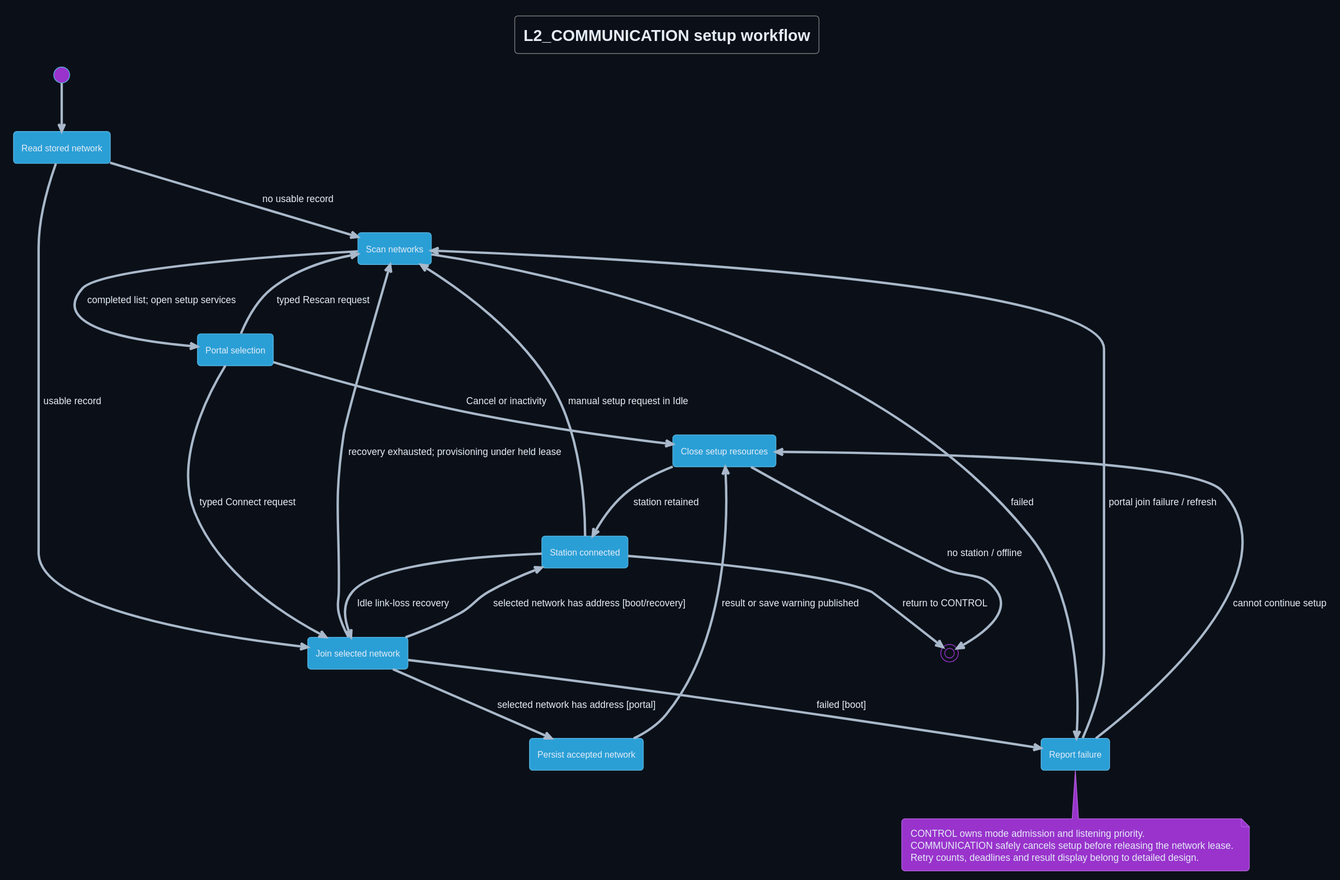
The PlantUML diagram Development/system/architecture/COMMUNICATION/rendered/setup_state.svg in DemonicPsychoII/DigitalStethoscope, before a commit.
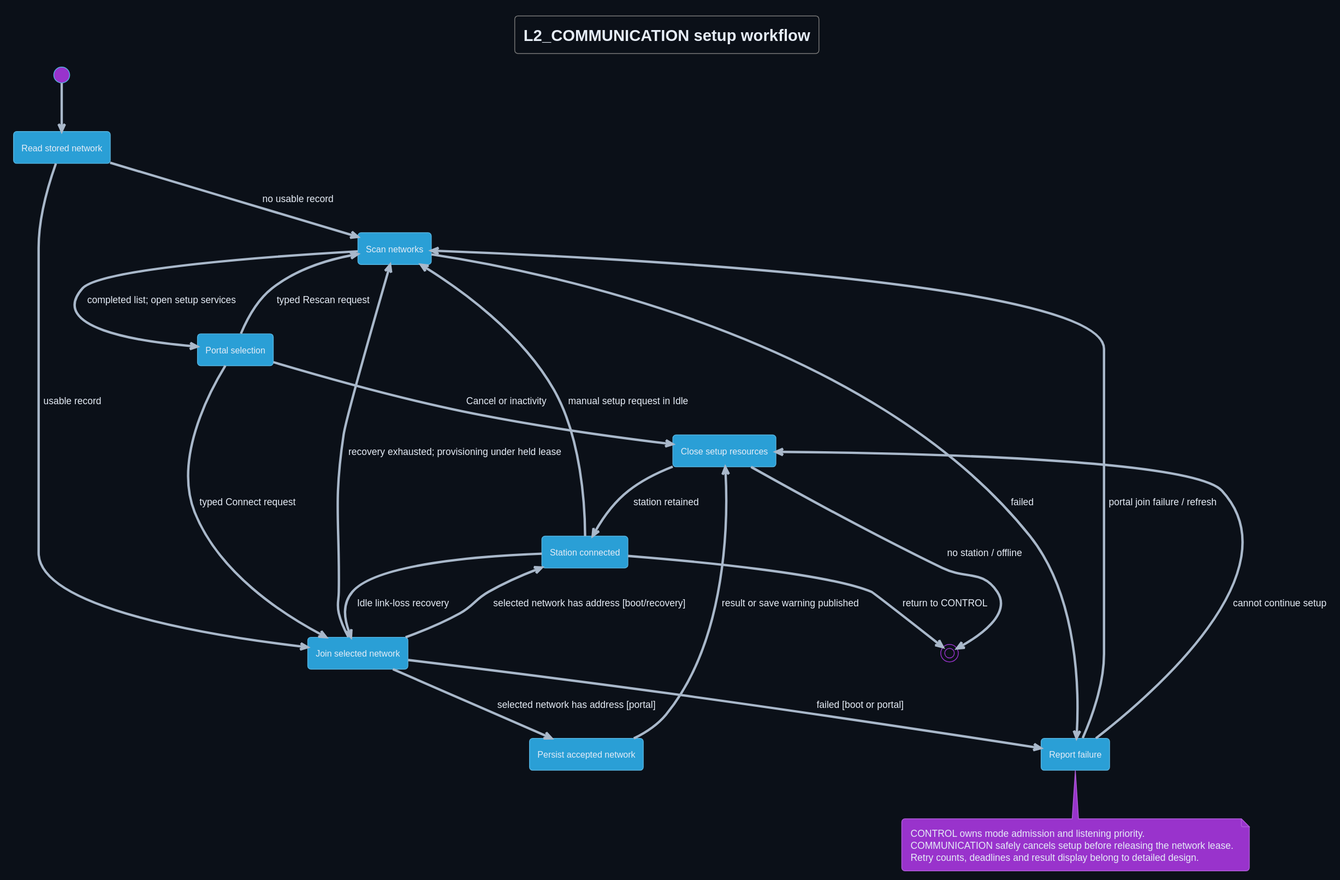
Later version of the same file.

Commit message:
documentation: regenerate the corrected architecture views

Committed by GPT-6.1-Sol on behalf of Nico running in codex.

Change to the diagram source:
```diff
@@ -25,7 +25,7 @@
 Join --> Save : selected network has address [portal]
 Join --> Connected : selected network has address [boot/recovery]
 Join --> Scan : recovery exhausted; provisioning under held lease
-Join --> Failure : failed [boot]
+Join --> Failure : failed [boot or portal]
 Scan --> Failure : failed
 Save --> Close : result or save warning published
 Failure --> Scan : portal join failure / refresh
```
